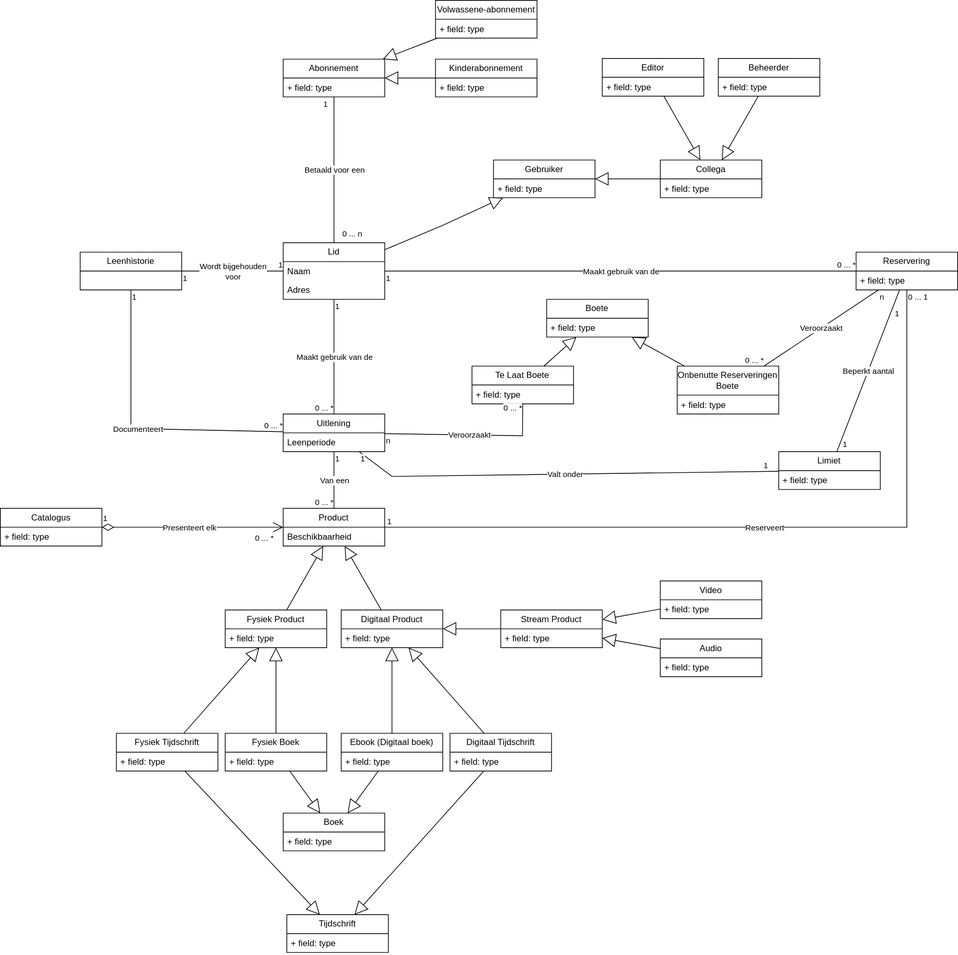
Before: documents/domain-model/domain-model.svg, a diagram exported from draw.io (pieter-groenendijk/oose-library-management-system). Source tidied: cells renumbered, new cells last; positions are measured from the earlier drawing's top-left corner, leaving out a move shared by most shapes.
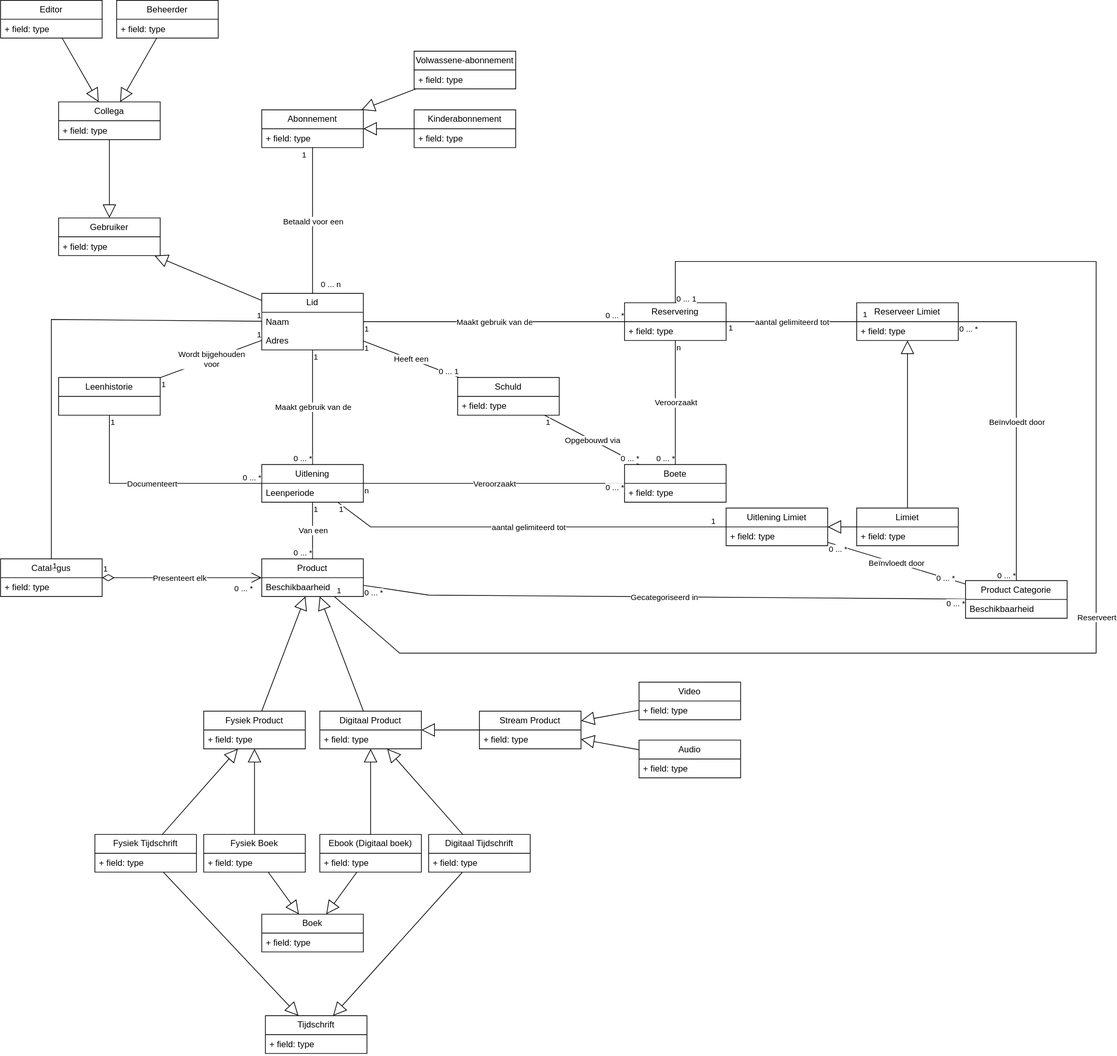
The same diagram one commit later.

Commit message:
Domain model: changed up limits + notes

The edit, as a diff of the source:
```diff
@@ -11,3 +11,3 @@
     <mxCell id="4" value="Gebruiker" style="swimlane;fontStyle=0;horizontal=1;startSize=26;fillColor=none;whiteSpace=wrap;html=1;" parent="1" vertex="1">
-      <mxGeometry x="680" y="220" width="140" height="52" as="geometry" />
+      <mxGeometry x="110" y="230" width="140" height="52" as="geometry" />
     </mxCell>
@@ -26,3 +26,3 @@
     <mxCell id="9" value="Editor" style="swimlane;fontStyle=0;horizontal=1;startSize=26;fillColor=none;whiteSpace=wrap;html=1;" parent="1" vertex="1">
-      <mxGeometry x="830" y="80" width="140" height="52" as="geometry" />
+      <mxGeometry x="30" y="-70" width="140" height="52" as="geometry" />
     </mxCell>
@@ -32,3 +32,3 @@
     <mxCell id="11" value="Beheerder" style="swimlane;fontStyle=0;horizontal=1;startSize=26;fillColor=none;whiteSpace=wrap;html=1;" parent="1" vertex="1">
-      <mxGeometry x="990" y="80" width="140" height="52" as="geometry" />
+      <mxGeometry x="190" y="-70" width="140" height="52" as="geometry" />
     </mxCell>
@@ -38,3 +38,3 @@
     <mxCell id="13" value="Boek" style="swimlane;fontStyle=0;horizontal=1;startSize=26;fillColor=none;whiteSpace=wrap;html=1;" parent="1" vertex="1">
-      <mxGeometry x="390" y="1120" width="140" height="52" as="geometry" />
+      <mxGeometry x="390" y="1190" width="140" height="52" as="geometry" />
     </mxCell>
@@ -44,3 +44,3 @@
     <mxCell id="15" value="&lt;div&gt;Tijdschrift&lt;/div&gt;" style="swimlane;fontStyle=0;horizontal=1;startSize=26;fillColor=none;whiteSpace=wrap;html=1;" parent="1" vertex="1">
-      <mxGeometry x="395" y="1260" width="140" height="52" as="geometry" />
+      <mxGeometry x="395" y="1330" width="140" height="52" as="geometry" />
     </mxCell>
@@ -50,3 +50,3 @@
     <mxCell id="17" value="Video" style="swimlane;fontStyle=0;horizontal=1;startSize=26;fillColor=none;whiteSpace=wrap;html=1;" parent="1" vertex="1">
-      <mxGeometry x="910" y="800" width="140" height="52" as="geometry" />
+      <mxGeometry x="910" y="870" width="140" height="52" as="geometry" />
     </mxCell>
@@ -56,3 +56,3 @@
     <mxCell id="19" value="Audio" style="swimlane;fontStyle=0;horizontal=1;startSize=26;fillColor=none;whiteSpace=wrap;html=1;" parent="1" vertex="1">
-      <mxGeometry x="910" y="880" width="140" height="52" as="geometry" />
+      <mxGeometry x="910" y="950" width="140" height="52" as="geometry" />
     </mxCell>
@@ -62,3 +62,3 @@
     <mxCell id="21" value="Fysiek Product" style="swimlane;fontStyle=0;horizontal=1;startSize=26;fillColor=none;whiteSpace=wrap;html=1;" parent="1" vertex="1">
-      <mxGeometry x="310" y="840" width="140" height="52" as="geometry" />
+      <mxGeometry x="310" y="910" width="140" height="52" as="geometry" />
     </mxCell>
@@ -68,3 +68,3 @@
     <mxCell id="23" value="Digitaal Product" style="swimlane;fontStyle=0;horizontal=1;startSize=26;fillColor=none;whiteSpace=wrap;html=1;" parent="1" vertex="1">
-      <mxGeometry x="470" y="840" width="140" height="52" as="geometry" />
+      <mxGeometry x="470" y="910" width="140" height="52" as="geometry" />
     </mxCell>
@@ -92,3 +92,3 @@
     <mxCell id="31" value="Boete" style="swimlane;fontStyle=0;horizontal=1;startSize=26;fillColor=none;whiteSpace=wrap;html=1;" parent="1" vertex="1">
-      <mxGeometry x="753.3" y="412" width="140" height="52" as="geometry" />
+      <mxGeometry x="890" y="570" width="140" height="52" as="geometry" />
     </mxCell>
@@ -98,3 +98,3 @@
     <mxCell id="33" value="Limiet" style="swimlane;fontStyle=0;horizontal=1;startSize=26;fillColor=none;whiteSpace=wrap;html=1;" parent="1" vertex="1">
-      <mxGeometry x="1073.3" y="622" width="140" height="52" as="geometry" />
+      <mxGeometry x="1210" y="630" width="140" height="52" as="geometry" />
     </mxCell>
@@ -104,3 +104,3 @@
     <mxCell id="35" value="Reservering" style="swimlane;fontStyle=0;horizontal=1;startSize=26;fillColor=none;whiteSpace=wrap;html=1;" parent="1" vertex="1">
-      <mxGeometry x="1180" y="347" width="140" height="52" as="geometry" />
+      <mxGeometry x="890" y="347" width="140" height="52" as="geometry" />
     </mxCell>
@@ -110,3 +110,3 @@
     <mxCell id="37" value="Catalogus" style="swimlane;fontStyle=0;horizontal=1;startSize=26;fillColor=none;whiteSpace=wrap;html=1;" parent="1" vertex="1">
-      <mxGeometry y="700" width="140" height="52" as="geometry" />
+      <mxGeometry x="30" y="700" width="140" height="52" as="geometry" />
     </mxCell>
@@ -115,8 +115,2 @@
     </mxCell>
-    <mxCell id="39" value="Te Laat Boete" style="swimlane;fontStyle=0;horizontal=1;startSize=26;fillColor=none;whiteSpace=wrap;html=1;" parent="1" vertex="1">
-      <mxGeometry x="650.3" y="504" width="140" height="52" as="geometry" />
-    </mxCell>
-    <mxCell id="40" value="+ field: type" style="text;strokeColor=none;fillColor=none;align=left;verticalAlign=top;spacingLeft=4;spacingRight=4;overflow=hidden;whiteSpace=wrap;html=1;" parent="39" vertex="1">
-      <mxGeometry y="26" width="140" height="26" as="geometry" />
-    </mxCell>
     <mxCell id="41" value="Uitlening" style="swimlane;fontStyle=0;horizontal=1;startSize=26;fillColor=none;whiteSpace=wrap;html=1;" parent="1" vertex="1">
@@ -179,3 +173,3 @@
     <mxCell id="58" value="Ebook (Digitaal boek)" style="swimlane;fontStyle=0;horizontal=1;startSize=26;fillColor=none;whiteSpace=wrap;html=1;" parent="1" vertex="1">
-      <mxGeometry x="470" y="1010" width="140" height="52" as="geometry" />
+      <mxGeometry x="470" y="1080" width="140" height="52" as="geometry" />
     </mxCell>
@@ -185,3 +179,3 @@
     <mxCell id="60" value="&lt;div&gt;Digitaal Tijdschrift&lt;/div&gt;" style="swimlane;fontStyle=0;horizontal=1;startSize=26;fillColor=none;whiteSpace=wrap;html=1;" parent="1" vertex="1">
-      <mxGeometry x="620" y="1010" width="140" height="52" as="geometry" />
+      <mxGeometry x="620" y="1080" width="140" height="52" as="geometry" />
     </mxCell>
@@ -197,3 +191,3 @@
     <mxCell id="64" value="Fysiek Boek" style="swimlane;fontStyle=0;horizontal=1;startSize=26;fillColor=none;whiteSpace=wrap;html=1;" parent="1" vertex="1">
-      <mxGeometry x="310" y="1010" width="140" height="52" as="geometry" />
+      <mxGeometry x="310" y="1080" width="140" height="52" as="geometry" />
     </mxCell>
@@ -203,3 +197,3 @@
     <mxCell id="66" value="Fysiek Tijdschrift" style="swimlane;fontStyle=0;horizontal=1;startSize=26;fillColor=none;whiteSpace=wrap;html=1;" parent="1" vertex="1">
-      <mxGeometry x="160" y="1010" width="140" height="52" as="geometry" />
+      <mxGeometry x="160" y="1080" width="140" height="52" as="geometry" />
     </mxCell>
@@ -214,5 +208,2 @@
     </mxCell>
-    <mxCell id="70" style="endArrow=block;endSize=16;endFill=0;html=1;rounded=0;" parent="1" edge="1" source="39" target="31">
-      <mxGeometry relative="1" as="geometry" />
-    </mxCell>
     <mxCell id="71" style="endArrow=block;endSize=16;endFill=0;html=1;rounded=0;" parent="1" edge="1" source="64" target="21">
@@ -230,7 +221,3 @@
     <mxCell id="75" style="endArrow=block;endSize=16;endFill=0;html=1;rounded=0;" parent="1" edge="1" source="6" target="4">
-      <mxGeometry relative="1" as="geometry">
-        <Array as="points">
-          <mxPoint x="610" y="310" />
-        </Array>
-      </mxGeometry>
+      <mxGeometry relative="1" as="geometry" />
     </mxCell>
@@ -262,3 +249,3 @@
     <mxCell id="83" value="Leenhistorie" style="swimlane;fontStyle=0;horizontal=1;startSize=26;fillColor=none;whiteSpace=wrap;html=1;" parent="1" vertex="1">
-      <mxGeometry x="110" y="347" width="140" height="52" as="geometry" />
+      <mxGeometry x="110" y="450" width="140" height="52" as="geometry" />
     </mxCell>
@@ -281,3 +268,3 @@
         <Array as="points">
-          <mxPoint x="180" y="590" />
+          <mxPoint x="180" y="596" />
         </Array>
@@ -302,3 +289,6 @@
         <Array as="points">
-          <mxPoint x="1250" y="726" />
+          <mxPoint x="960" y="290" />
+          <mxPoint x="1540" y="290" />
+          <mxPoint x="1540" y="830" />
+          <mxPoint x="580" y="830" />
         </Array>
@@ -311,3 +301,3 @@
       <mxGeometry x="-1" relative="1" as="geometry">
-        <mxPoint y="18" as="offset" />
+        <mxPoint y="3" as="offset" />
       </mxGeometry>
@@ -320,3 +310,3 @@
     <mxCell id="97" value="Collega" style="swimlane;fontStyle=0;horizontal=1;startSize=26;fillColor=none;whiteSpace=wrap;html=1;" parent="1" vertex="1">
-      <mxGeometry x="910" y="220" width="140" height="52" as="geometry" />
+      <mxGeometry x="110" y="70" width="140" height="52" as="geometry" />
     </mxCell>
@@ -329,3 +319,3 @@
     <mxCell id="100" value="Stream Product" style="swimlane;fontStyle=0;horizontal=1;startSize=26;fillColor=none;whiteSpace=wrap;html=1;" parent="1" vertex="1">
-      <mxGeometry x="690" y="840" width="140" height="52" as="geometry" />
+      <mxGeometry x="690" y="910" width="140" height="52" as="geometry" />
     </mxCell>
@@ -337,11 +327,2 @@
     </mxCell>
-    <mxCell id="103" value="Onbenutte Reserveringen Boete" style="swimlane;fontStyle=0;horizontal=1;startSize=40;fillColor=none;whiteSpace=wrap;html=1;" parent="1" vertex="1">
-      <mxGeometry x="933.3" y="504" width="140" height="66" as="geometry" />
-    </mxCell>
-    <mxCell id="104" value="+ field: type" style="text;strokeColor=none;fillColor=none;align=left;verticalAlign=top;spacingLeft=4;spacingRight=4;overflow=hidden;whiteSpace=wrap;html=1;" parent="103" vertex="1">
-      <mxGeometry y="40" width="140" height="26" as="geometry" />
-    </mxCell>
-    <mxCell id="105" style="endArrow=block;endSize=16;endFill=0;html=1;rounded=0;" parent="1" edge="1" source="103" target="31">
-      <mxGeometry relative="1" as="geometry" />
-    </mxCell>
     <mxCell id="106" style="endArrow=none;html=1;rounded=0;endFill=0;" parent="1" edge="1" source="6" target="35">
@@ -360,3 +341,3 @@
     </mxCell>
-    <mxCell id="110" style="endArrow=none;html=1;rounded=0;endFill=0;" parent="1" edge="1" source="35" target="103">
+    <mxCell id="110" style="endArrow=none;html=1;rounded=0;endFill=0;" parent="1" edge="1" source="35" target="31">
       <mxGeometry relative="1" as="geometry" />
@@ -374,8 +355,4 @@
     </mxCell>
-    <mxCell id="114" style="endArrow=none;html=1;rounded=0;endFill=0;" parent="1" edge="1" source="41" target="39">
-      <mxGeometry relative="1" as="geometry">
-        <Array as="points">
-          <mxPoint x="720" y="600" />
-        </Array>
-      </mxGeometry>
+    <mxCell id="114" style="endArrow=none;html=1;rounded=0;endFill=0;" parent="1" edge="1" source="41" target="31">
+      <mxGeometry relative="1" as="geometry" />
     </mxCell>
@@ -394,3 +371,3 @@
     </mxCell>
-    <mxCell id="118" style="endArrow=none;html=1;rounded=0;endFill=0;" parent="1" edge="1" source="41" target="33">
+    <mxCell id="118" style="endArrow=none;html=1;rounded=0;endFill=0;" parent="1" edge="1" source="41" target="138">
       <mxGeometry relative="1" as="geometry">
@@ -401,3 +378,3 @@
     </mxCell>
-    <mxCell id="119" value="Valt onder" style="edgeLabel;html=1;align=center;verticalAlign=middle;" parent="118" vertex="1">
+    <mxCell id="119" value="aantal gelimiteerd tot" style="edgeLabel;html=1;align=center;verticalAlign=middle;" parent="118" vertex="1">
       <mxGeometry relative="1" as="geometry" />
@@ -414,6 +391,6 @@
     </mxCell>
-    <mxCell id="122" style="endArrow=none;html=1;rounded=0;endFill=0;" parent="1" edge="1" source="33" target="35">
+    <mxCell id="122" style="endArrow=none;html=1;rounded=0;endFill=0;" parent="1" edge="1" source="141" target="35">
       <mxGeometry relative="1" as="geometry" />
     </mxCell>
-    <mxCell id="123" value="Beperkt aantal" style="edgeLabel;html=1;align=center;verticalAlign=middle;" parent="122" vertex="1">
+    <mxCell id="123" value="aantal gelimiteerd tot" style="edgeLabel;html=1;align=center;verticalAlign=middle;" parent="122" vertex="1">
       <mxGeometry relative="1" as="geometry" />
@@ -427,5 +404,135 @@
       <mxGeometry x="1" relative="1" as="geometry">
-        <mxPoint y="41" as="offset" />
+        <mxPoint x="10" y="17" as="offset" />
       </mxGeometry>
     </mxCell>
+    <mxCell id="126" value="Schuld" style="swimlane;fontStyle=0;horizontal=1;startSize=26;fillColor=none;whiteSpace=wrap;html=1;" parent="1" vertex="1">
+      <mxGeometry x="660" y="450" width="140" height="52" as="geometry" />
+    </mxCell>
+    <mxCell id="127" value="+ field: type" style="text;strokeColor=none;fillColor=none;align=left;verticalAlign=top;spacingLeft=4;spacingRight=4;overflow=hidden;whiteSpace=wrap;html=1;" parent="126" vertex="1">
+      <mxGeometry y="26" width="140" height="26" as="geometry" />
+    </mxCell>
+    <mxCell id="128" style="endArrow=none;html=1;rounded=0;endFill=0;" parent="1" edge="1" source="6" target="126">
+      <mxGeometry relative="1" as="geometry" />
+    </mxCell>
+    <mxCell id="129" value="Heeft een" style="edgeLabel;html=1;align=center;verticalAlign=middle;" parent="128" vertex="1">
+      <mxGeometry relative="1" as="geometry" />
+    </mxCell>
+    <mxCell id="130" value="1" style="edgeLabel;html=1;align=left;verticalAlign=bottom;" parent="128" vertex="1">
+      <mxGeometry x="-1" relative="1" as="geometry">
+        <mxPoint y="18" as="offset" />
+      </mxGeometry>
+    </mxCell>
+    <mxCell id="131" value="0 ... 1" style="edgeLabel;html=1;align=right;verticalAlign=bottom;" parent="128" vertex="1">
+      <mxGeometry x="1" relative="1" as="geometry" />
+    </mxCell>
+    <mxCell id="132" style="endArrow=none;html=1;rounded=0;endFill=0;" parent="1" edge="1" source="126" target="31">
+      <mxGeometry relative="1" as="geometry" />
+    </mxCell>
+    <mxCell id="133" value="Opgebouwd via" style="edgeLabel;html=1;align=center;verticalAlign=middle;" parent="132" vertex="1">
+      <mxGeometry relative="1" as="geometry" />
+    </mxCell>
+    <mxCell id="134" value="1" style="edgeLabel;html=1;align=left;verticalAlign=bottom;" parent="132" vertex="1">
+      <mxGeometry x="-1" relative="1" as="geometry">
+        <mxPoint y="18" as="offset" />
+      </mxGeometry>
+    </mxCell>
+    <mxCell id="135" value="0 ... *" style="edgeLabel;html=1;align=right;verticalAlign=bottom;" parent="132" vertex="1">
+      <mxGeometry x="1" relative="1" as="geometry" />
+    </mxCell>
+    <mxCell id="136" value="Product Categorie" style="swimlane;fontStyle=0;horizontal=1;startSize=26;fillColor=none;whiteSpace=wrap;html=1;" parent="1" vertex="1">
+      <mxGeometry x="1360" y="730" width="140" height="52" as="geometry" />
+    </mxCell>
+    <mxCell id="137" value="Beschikbaarheid" style="text;strokeColor=none;fillColor=none;align=left;verticalAlign=top;spacingLeft=4;spacingRight=4;overflow=hidden;whiteSpace=wrap;html=1;" parent="136" vertex="1">
+      <mxGeometry y="26" width="140" height="26" as="geometry" />
+    </mxCell>
+    <mxCell id="138" value="Uitlening Limiet" style="swimlane;fontStyle=0;horizontal=1;startSize=26;fillColor=none;whiteSpace=wrap;html=1;" parent="1" vertex="1">
+      <mxGeometry x="1030" y="630" width="140" height="52" as="geometry" />
+    </mxCell>
+    <mxCell id="139" value="+ field: type" style="text;strokeColor=none;fillColor=none;align=left;verticalAlign=top;spacingLeft=4;spacingRight=4;overflow=hidden;whiteSpace=wrap;html=1;" parent="138" vertex="1">
+      <mxGeometry y="26" width="140" height="26" as="geometry" />
+    </mxCell>
+    <mxCell id="140" style="endArrow=block;endSize=16;endFill=0;html=1;rounded=0;" parent="1" edge="1" source="33" target="138">
+      <mxGeometry relative="1" as="geometry" />
+    </mxCell>
+    <mxCell id="141" value="Reserveer Limiet" style="swimlane;fontStyle=0;horizontal=1;startSize=26;fillColor=none;whiteSpace=wrap;html=1;" parent="1" vertex="1">
+      <mxGeometry x="1210" y="347" width="140" height="52" as="geometry" />
+    </mxCell>
+    <mxCell id="142" value="+ field: type" style="text;strokeColor=none;fillColor=none;align=left;verticalAlign=top;spacingLeft=4;spacingRight=4;overflow=hidden;whiteSpace=wrap;html=1;" parent="141" vertex="1">
+      <mxGeometry y="26" width="140" height="26" as="geometry" />
+    </mxCell>
+    <mxCell id="143" style="endArrow=block;endSize=16;endFill=0;html=1;rounded=0;" parent="1" edge="1" source="33" target="141">
+      <mxGeometry relative="1" as="geometry" />
+    </mxCell>
+    <mxCell id="144" style="endArrow=none;html=1;rounded=0;endFill=0;" parent="1" edge="1" source="2" target="136">
+      <mxGeometry relative="1" as="geometry">
+        <Array as="points">
+          <mxPoint x="620" y="750" />
+        </Array>
+      </mxGeometry>
+    </mxCell>
+    <mxCell id="145" value="Gecategoriseerd in" style="edgeLabel;html=1;align=center;verticalAlign=middle;" parent="144" vertex="1">
+      <mxGeometry relative="1" as="geometry" />
+    </mxCell>
+    <mxCell id="146" value="0 ... *" style="edgeLabel;html=1;align=left;verticalAlign=bottom;" parent="144" vertex="1">
+      <mxGeometry x="-1" relative="1" as="geometry">
+        <mxPoint y="18" as="offset" />
+      </mxGeometry>
+    </mxCell>
+    <mxCell id="147" value="0 ... *" style="edgeLabel;html=1;align=right;verticalAlign=bottom;" parent="144" vertex="1">
+      <mxGeometry x="1" relative="1" as="geometry">
+        <mxPoint y="14" as="offset" />
+      </mxGeometry>
+    </mxCell>
+    <mxCell id="148" style="endArrow=none;html=1;rounded=0;endFill=0;" parent="1" edge="1" source="138" target="136">
+      <mxGeometry relative="1" as="geometry" />
+    </mxCell>
+    <mxCell id="149" value="Beïnvloedt door" style="edgeLabel;html=1;align=center;verticalAlign=middle;" parent="148" vertex="1">
+      <mxGeometry relative="1" as="geometry" />
+    </mxCell>
+    <mxCell id="150" value="0 ... *" style="edgeLabel;html=1;align=left;verticalAlign=bottom;" parent="148" vertex="1">
+      <mxGeometry x="-1" relative="1" as="geometry">
+        <mxPoint y="18" as="offset" />
+      </mxGeometry>
+    </mxCell>
+    <mxCell id="151" value="0 ... *" style="edgeLabel;html=1;align=right;verticalAlign=bottom;" parent="148" vertex="1">
+      <mxGeometry x="1" relative="1" as="geometry">
+        <mxPoint x="-14" as="offset" />
+      </mxGeometry>
+    </mxCell>
+    <mxCell id="152" style="endArrow=none;html=1;rounded=0;endFill=0;" parent="1" edge="1" source="141" target="136">
+      <mxGeometry relative="1" as="geometry">
+        <Array as="points">
+          <mxPoint x="1430" y="373" />
+        </Array>
+      </mxGeometry>
+    </mxCell>
+    <mxCell id="153" value="Beïnvloedt door" style="edgeLabel;html=1;align=center;verticalAlign=middle;" parent="152" vertex="1">
+      <mxGeometry relative="1" as="geometry" />
+    </mxCell>
+    <mxCell id="154" value="0 ... *" style="edgeLabel;html=1;align=left;verticalAlign=bottom;" parent="152" vertex="1">
+      <mxGeometry x="-1" relative="1" as="geometry">
+        <mxPoint y="18" as="offset" />
+      </mxGeometry>
+    </mxCell>
+    <mxCell id="155" value="0 ... *" style="edgeLabel;html=1;align=right;verticalAlign=bottom;" parent="152" vertex="1">
+      <mxGeometry x="1" relative="1" as="geometry" />
+    </mxCell>
+    <mxCell id="156" style="endArrow=none;html=1;rounded=0;endFill=0;" parent="1" edge="1" source="37" target="6">
+      <mxGeometry relative="1" as="geometry">
+        <Array as="points">
+          <mxPoint x="100" y="370" />
+        </Array>
+      </mxGeometry>
+    </mxCell>
+    <mxCell id="157" value="&lt;div&gt;&lt;br&gt;&lt;/div&gt;" style="edgeLabel;html=1;align=center;verticalAlign=middle;" parent="156" vertex="1">
+      <mxGeometry relative="1" as="geometry" />
+    </mxCell>
+    <mxCell id="158" value="1" style="edgeLabel;html=1;align=left;verticalAlign=bottom;" parent="156" vertex="1">
+      <mxGeometry x="-1" relative="1" as="geometry">
+        <mxPoint y="18" as="offset" />
+      </mxGeometry>
+    </mxCell>
+    <mxCell id="159" value="1" style="edgeLabel;html=1;align=right;verticalAlign=bottom;" parent="156" vertex="1">
+      <mxGeometry x="1" relative="1" as="geometry" />
+    </mxCell>
   </root>
```
